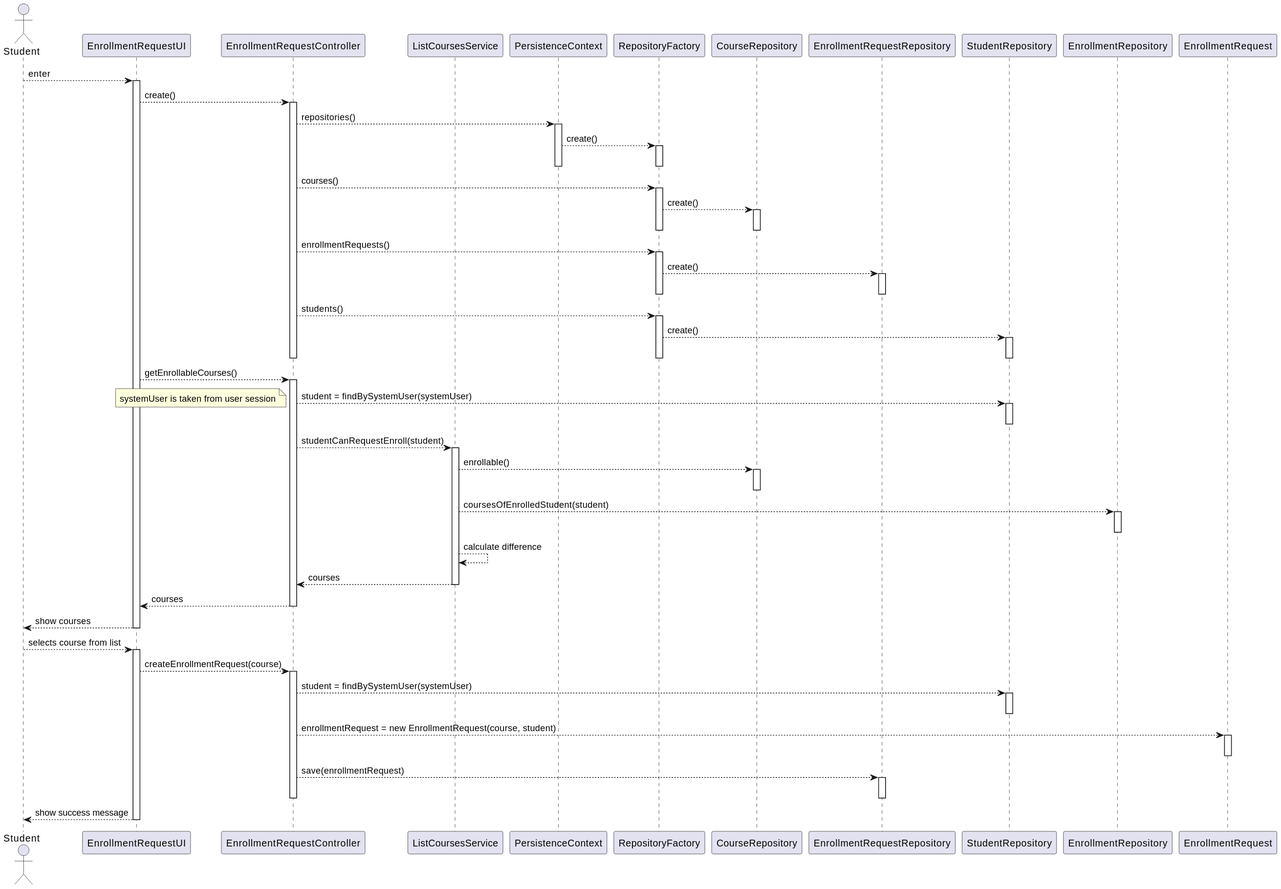
Before: docs/us_1008/sd.svg, a diagram exported from PlantUML (jovami/isep-lapr4).
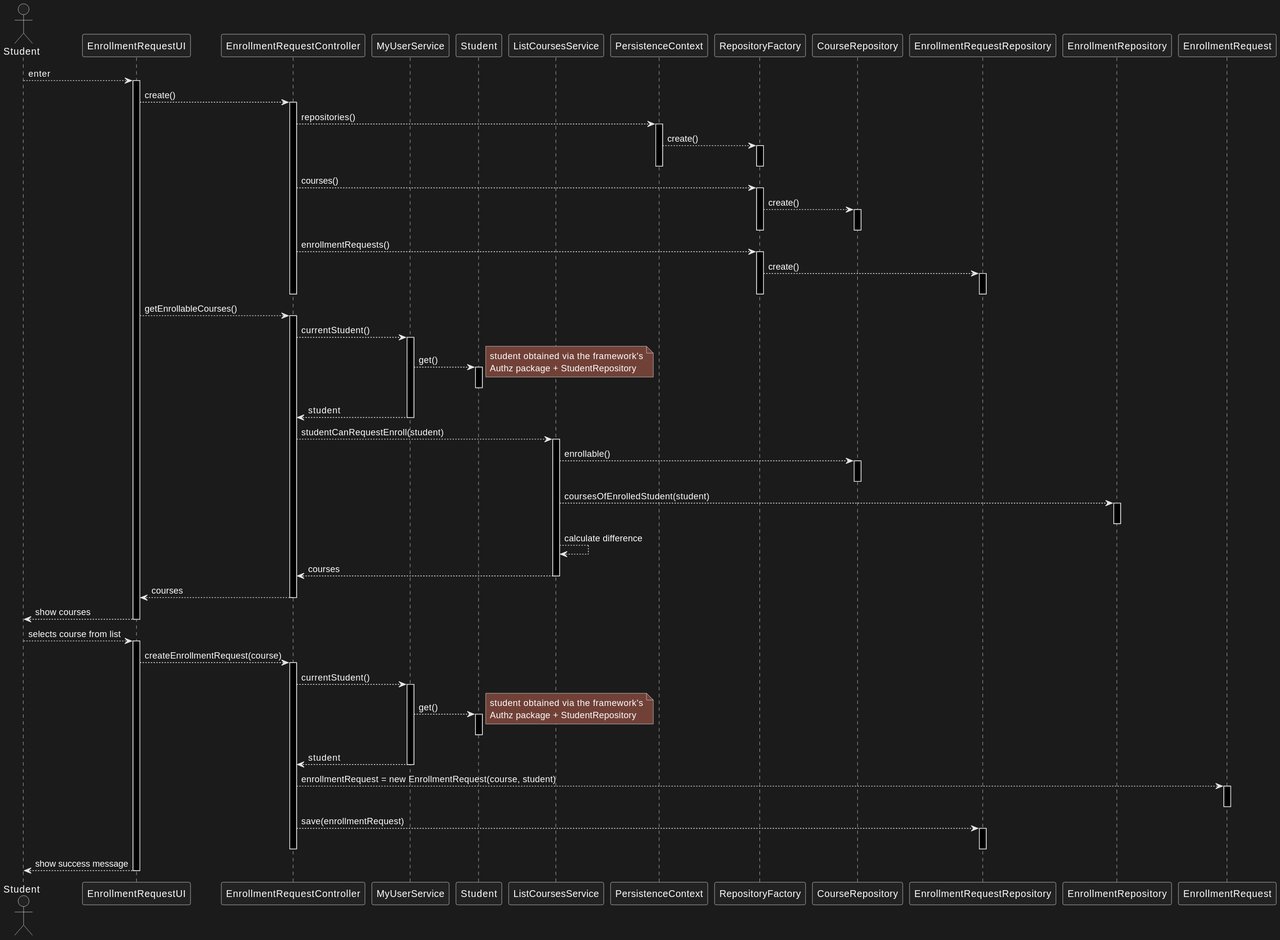
After the commit.

Diff of the diagram source:
```diff
@@ -3,13 +3,14 @@
 participant EnrollmentRequestUI as ui
 participant EnrollmentRequestController as ctrl
 
+participant MyUserService as user_svc
+participant Student as student
 participant ListCoursesService as courses_svc
 
 participant PersistenceContext as ctx
 participant RepositoryFactory as rep_fac
 participant CourseRepository as course_repo
 participant EnrollmentRequestRepository as enrollment_request_repo
-participant StudentRepository as student_repo
 participant EnrollmentRepository as enrollment_repo
 
 participant EnrollmentRequest as enrollment_request
@@ -39,21 +40,18 @@
             activate enrollment_request_repo
             deactivate enrollment_request_repo
         deactivate rep_fac
-
-        ctrl --> rep_fac : students()
-        activate rep_fac
-            rep_fac --> student_repo : create()
-            activate student_repo
-            deactivate student_repo
-        deactivate rep_fac
     deactivate ctrl
 
     ui --> ctrl : getEnrollableCourses()
     activate ctrl
-        ctrl --> student_repo : student = findBySystemUser(systemUser)
-        activate student_repo
-        deactivate student_repo
-        note bottom: systemUser is taken from user session
+        ctrl --> user_svc : currentStudent()
+        activate user_svc
+            user_svc --> student : get()
+            activate student
+            deactivate student
+            note right : student obtained via the framework's\nAuthz package + StudentRepository
+            user_svc --> ctrl : student
+        deactivate user_svc
 
         ctrl --> courses_svc : studentCanRequestEnroll(student)
         activate courses_svc
@@ -79,9 +77,14 @@
 activate ui
     ui --> ctrl : createEnrollmentRequest(course)
     activate ctrl
-        ctrl --> student_repo : student = findBySystemUser(systemUser)
-        activate student_repo
-        deactivate student_repo
+        ctrl --> user_svc : currentStudent()
+        activate user_svc
+            user_svc --> student : get()
+            activate student
+            deactivate student
+            note right : student obtained via the framework's\nAuthz package + StudentRepository
+            user_svc --> ctrl : student
+        deactivate user_svc
 
         ctrl ---> enrollment_request : enrollmentRequest = new EnrollmentRequest(course, student)
         activate enrollment_request
```
